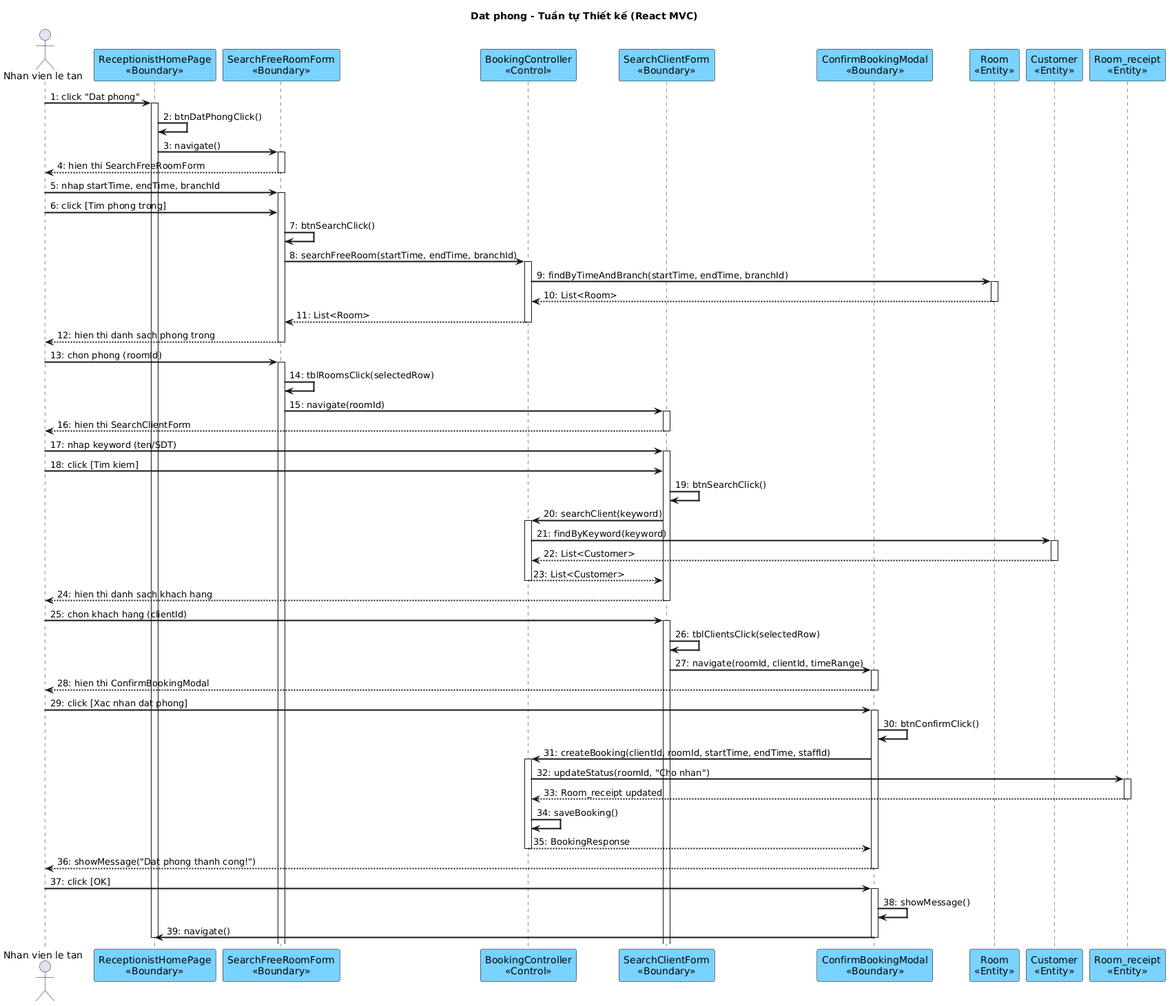
Earlier version of the PlantUML export output/diagrams/booking_seq_1.png (thanhtrnnn/cnpm).
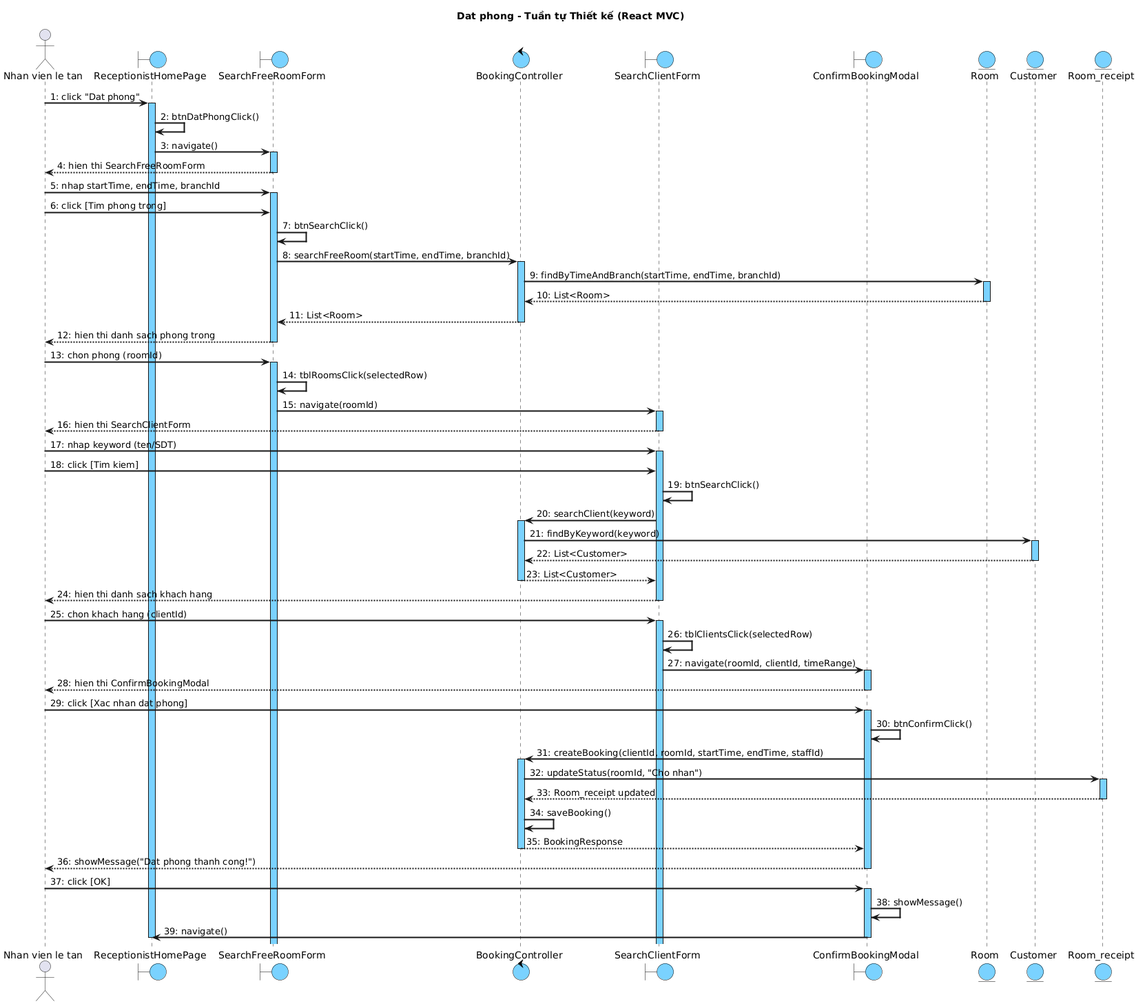
Above is the later version.

Commit message:
fix: sequence diagrams - blue activation bars + boundary/entity circle symbols

What changed in the source:
```diff
@@ -2,6 +2,7 @@
 skinparam shadowing false
 skinparam SequenceMessageAlign left
 skinparam SequenceArrowThickness 2
+skinparam SequenceLifeLineBackgroundColor #7AD2FF
 skinparam ParticipantBackgroundColor #7AD2FF
 skinparam ParticipantBorderColor black
 skinparam BoundaryBackgroundColor #7AD2FF
@@ -14,14 +15,14 @@
 title Dat phong - Tuần tự Thiết kế (React MVC)
 
 actor "Nhan vien le tan" as NV
-participant "ReceptionistHomePage\n<<Boundary>>" as Home
-participant "SearchFreeRoomForm\n<<Boundary>>" as SRF
-participant "BookingController\n<<Control>>" as Ctrl
-participant "SearchClientForm\n<<Boundary>>" as SCF
-participant "ConfirmBookingModal\n<<Boundary>>" as CBM
-participant "Room\n<<Entity>>" as Room
-participant "Customer\n<<Entity>>" as Cust
-participant "Room_receipt\n<<Entity>>" as RR
+boundary "ReceptionistHomePage" as Home
+boundary "SearchFreeRoomForm" as SRF
+control "BookingController" as Ctrl
+boundary "SearchClientForm" as SCF
+boundary "ConfirmBookingModal" as CBM
+entity "Room" as Room
+entity "Customer" as Cust
+entity "Room_receipt" as RR
 
 NV -> Home : 1: click "Dat phong"
 activate Home
```
